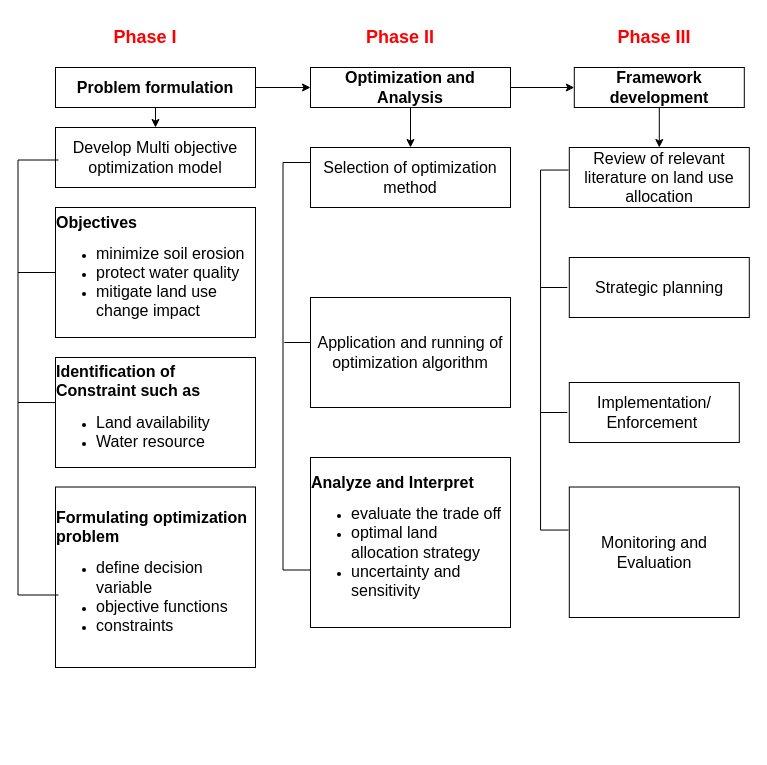
Above: Ojbective4.drawio in yemioke/PRISMA2020 (draw.io), before the change. Source tidied: cells renumbered, new cells numbered last; positions are measured from the earlier drawing's top-left corner, leaving out a move shared by most shapes. Both pictures are drawn from the tidied source at 100%, with x=0, y=0 at pixel (-180, 17).
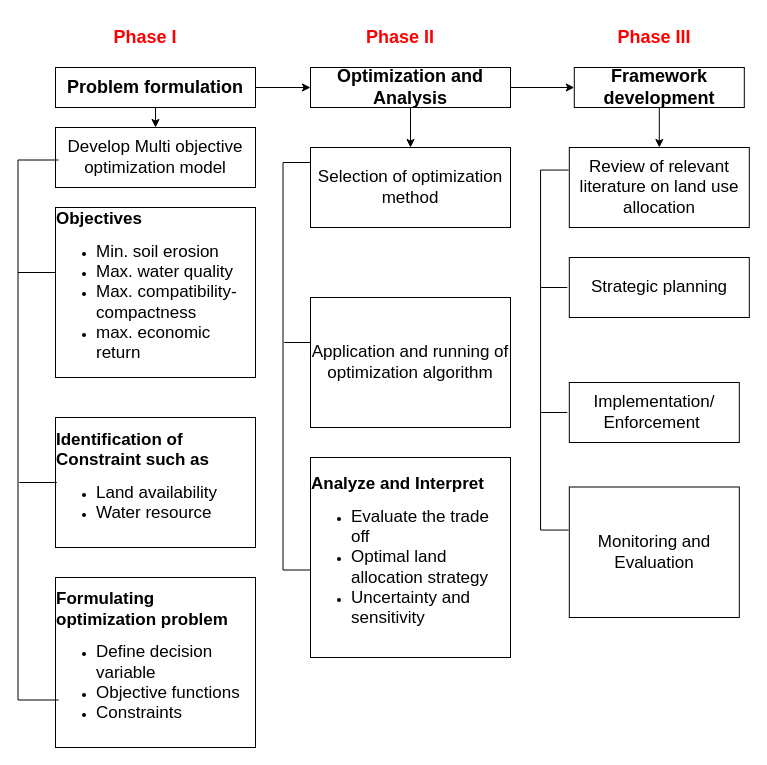
Above is the later version.

Change to the diagram source:
```diff
@@
-    <mxCell id="2" value="&lt;font style=&quot;font-size: 16px;&quot;&gt;Develop Multi objective optimization model&lt;/font&gt;" style="rounded=0;whiteSpace=wrap;html=1;" parent="1" vertex="1">
+    <mxCell id="2" value="&lt;font style=&quot;font-size: 17px;&quot;&gt;Develop Multi objective optimization model&lt;/font&gt;" style="rounded=0;whiteSpace=wrap;html=1;" parent="1" vertex="1">
       <mxGeometry x="235" y="110" width="200" height="60" as="geometry" />
     </mxCell>
-    <mxCell id="3" value="&lt;div style=&quot;text-align: left;&quot;&gt;&lt;span style=&quot;font-size: 16px; background-color: initial;&quot;&gt;&lt;b&gt;Objectives&lt;/b&gt;&lt;/span&gt;&lt;/div&gt;&lt;div&gt;&lt;ul&gt;&lt;li style=&quot;text-align: left;&quot;&gt;&lt;font style=&quot;font-size: 16px;&quot;&gt;minimize soil erosion&lt;/font&gt;&lt;/li&gt;&lt;li style=&quot;text-align: left;&quot;&gt;&lt;font size=&quot;3&quot; style=&quot;&quot;&gt;protect water quality&lt;/font&gt;&lt;/li&gt;&lt;li style=&quot;text-align: left;&quot;&gt;&lt;font size=&quot;3&quot;&gt;mitigate land use change impact&lt;/font&gt;&lt;/li&gt;&lt;/ul&gt;&lt;/div&gt;" style="rounded=0;whiteSpace=wrap;html=1;" parent="1" vertex="1">
-      <mxGeometry x="235" y="190" width="200" height="130" as="geometry" />
+    <mxCell id="3" value="&lt;div style=&quot;text-align: left;&quot;&gt;&lt;span style=&quot;background-color: initial;&quot;&gt;&lt;b style=&quot;&quot;&gt;&lt;font style=&quot;font-size: 17px;&quot;&gt;Objectives&lt;/font&gt;&lt;/b&gt;&lt;/span&gt;&lt;/div&gt;&lt;div&gt;&lt;ul&gt;&lt;li style=&quot;text-align: left;&quot;&gt;&lt;font style=&quot;font-size: 17px;&quot;&gt;Min. soil erosion&lt;/font&gt;&lt;/li&gt;&lt;li style=&quot;text-align: left;&quot;&gt;&lt;font style=&quot;font-size: 17px;&quot;&gt;Max. water quality&lt;/font&gt;&lt;/li&gt;&lt;li style=&quot;text-align: left;&quot;&gt;&lt;font style=&quot;font-size: 17px;&quot;&gt;Max. compatibility- compactness&lt;/font&gt;&lt;/li&gt;&lt;li style=&quot;text-align: left;&quot;&gt;&lt;font style=&quot;font-size: 17px;&quot;&gt;max. economic return&lt;/font&gt;&lt;/li&gt;&lt;/ul&gt;&lt;/div&gt;" style="rounded=0;whiteSpace=wrap;html=1;" parent="1" vertex="1">
+      <mxGeometry x="235" y="190" width="200" height="170" as="geometry" />
     </mxCell>
-    <mxCell id="4" value="&lt;div style=&quot;text-align: left;&quot;&gt;&lt;span style=&quot;font-size: 16px;&quot;&gt;&lt;b&gt;Identification of Constraint such as&lt;/b&gt;&lt;/span&gt;&lt;/div&gt;&lt;div&gt;&lt;ul&gt;&lt;li style=&quot;text-align: left;&quot;&gt;&lt;span style=&quot;font-size: 16px;&quot;&gt;Land availability&lt;/span&gt;&lt;/li&gt;&lt;li style=&quot;text-align: left;&quot;&gt;&lt;font size=&quot;3&quot;&gt;Water resource&lt;/font&gt;&lt;/li&gt;&lt;/ul&gt;&lt;/div&gt;" style="rounded=0;whiteSpace=wrap;html=1;" parent="1" vertex="1">
-      <mxGeometry x="235" y="340" width="200" height="110" as="geometry" />
+    <mxCell id="4" value="&lt;div style=&quot;text-align: left;&quot;&gt;&lt;b style=&quot;&quot;&gt;&lt;font style=&quot;font-size: 17px;&quot;&gt;Identification of Constraint such as&lt;/font&gt;&lt;/b&gt;&lt;/div&gt;&lt;div&gt;&lt;ul&gt;&lt;li style=&quot;text-align: left;&quot;&gt;&lt;font style=&quot;font-size: 17px;&quot;&gt;Land availability&lt;/font&gt;&lt;/li&gt;&lt;li style=&quot;text-align: left;&quot;&gt;&lt;font style=&quot;font-size: 17px;&quot;&gt;Water resource&lt;/font&gt;&lt;/li&gt;&lt;/ul&gt;&lt;/div&gt;" style="rounded=0;whiteSpace=wrap;html=1;" parent="1" vertex="1">
+      <mxGeometry x="235" y="400" width="200" height="130" as="geometry" />
     </mxCell>
@@
-    <mxCell id="7" value="&lt;font style=&quot;font-size: 16px;&quot;&gt;&lt;b&gt;Problem formulation&lt;/b&gt;&lt;/font&gt;" style="rounded=0;whiteSpace=wrap;html=1;" parent="1" vertex="1">
+    <mxCell id="7" value="&lt;font style=&quot;font-size: 18px;&quot;&gt;&lt;b style=&quot;&quot;&gt;Problem formulation&lt;/b&gt;&lt;/font&gt;" style="rounded=0;whiteSpace=wrap;html=1;" parent="1" vertex="1">
       <mxGeometry x="235" y="50" width="200" height="40" as="geometry" />
     </mxCell>
-    <mxCell id="8" value="&lt;div style=&quot;text-align: left;&quot;&gt;&lt;span style=&quot;font-size: 16px;&quot;&gt;&lt;b&gt;Formulating optimization problem&lt;/b&gt;&lt;/span&gt;&lt;/div&gt;&lt;div&gt;&lt;ul&gt;&lt;li style=&quot;text-align: left;&quot;&gt;&lt;span style=&quot;font-size: 16px;&quot;&gt;define decision variable&lt;/span&gt;&lt;/li&gt;&lt;li style=&quot;text-align: left;&quot;&gt;&lt;font size=&quot;3&quot;&gt;objective functions&lt;/font&gt;&lt;/li&gt;&lt;li style=&quot;text-align: left;&quot;&gt;&lt;font size=&quot;3&quot;&gt;constraints&lt;/font&gt;&lt;/li&gt;&lt;/ul&gt;&lt;/div&gt;" style="rounded=0;whiteSpace=wrap;html=1;" parent="1" vertex="1">
-      <mxGeometry x="235" y="469.5" width="200" height="180.5" as="geometry" />
+    <mxCell id="8" value="&lt;div style=&quot;text-align: left;&quot;&gt;&lt;b style=&quot;&quot;&gt;&lt;font style=&quot;font-size: 17px;&quot;&gt;Formulating optimization problem&lt;/font&gt;&lt;/b&gt;&lt;/div&gt;&lt;div&gt;&lt;ul&gt;&lt;li style=&quot;text-align: left;&quot;&gt;&lt;font style=&quot;font-size: 17px;&quot;&gt;Define decision variable&lt;/font&gt;&lt;/li&gt;&lt;li style=&quot;text-align: left;&quot;&gt;&lt;font style=&quot;font-size: 17px;&quot;&gt;Objective functions&lt;/font&gt;&lt;/li&gt;&lt;li style=&quot;text-align: left;&quot;&gt;&lt;font style=&quot;font-size: 17px;&quot;&gt;Constraints&lt;/font&gt;&lt;/li&gt;&lt;/ul&gt;&lt;/div&gt;" style="rounded=0;whiteSpace=wrap;html=1;" parent="1" vertex="1">
+      <mxGeometry x="235" y="560" width="200" height="170" as="geometry" />
     </mxCell>
@@
-    <mxCell id="11" value="&lt;font style=&quot;font-size: 16px;&quot;&gt;&lt;b&gt;Optimization and Analysis&lt;/b&gt;&lt;/font&gt;" style="rounded=0;whiteSpace=wrap;html=1;" parent="1" vertex="1">
+    <mxCell id="11" value="&lt;font style=&quot;font-size: 18px;&quot;&gt;&lt;b style=&quot;&quot;&gt;Optimization and Analysis&lt;/b&gt;&lt;/font&gt;" style="rounded=0;whiteSpace=wrap;html=1;" parent="1" vertex="1">
       <mxGeometry x="490" y="50" width="200" height="40" as="geometry" />
     </mxCell>
-    <mxCell id="12" value="&lt;font style=&quot;font-size: 16px;&quot;&gt;Selection of optimization method&lt;/font&gt;" style="rounded=0;whiteSpace=wrap;html=1;" parent="1" vertex="1">
-      <mxGeometry x="490" y="130" width="200" height="60" as="geometry" />
+    <mxCell id="12" value="&lt;font style=&quot;font-size: 17px;&quot;&gt;Selection of optimization method&lt;/font&gt;" style="rounded=0;whiteSpace=wrap;html=1;" parent="1" vertex="1">
+      <mxGeometry x="490" y="130" width="200" height="80" as="geometry" />
     </mxCell>
-    <mxCell id="13" value="&lt;font style=&quot;font-size: 16px;&quot;&gt;Application and running of optimization algorithm&lt;/font&gt;" style="rounded=0;whiteSpace=wrap;html=1;" parent="1" vertex="1">
-      <mxGeometry x="490" y="280" width="200" height="110" as="geometry" />
+    <mxCell id="13" value="&lt;font style=&quot;font-size: 17px;&quot;&gt;Application and running of optimization algorithm&lt;/font&gt;" style="rounded=0;whiteSpace=wrap;html=1;" parent="1" vertex="1">
+      <mxGeometry x="490" y="280" width="200" height="130" as="geometry" />
     </mxCell>
-    <mxCell id="14" value="&lt;div style=&quot;text-align: left;&quot;&gt;&lt;span style=&quot;font-size: 16px;&quot;&gt;&lt;b&gt;Analyze and Interpret&lt;/b&gt;&lt;/span&gt;&lt;/div&gt;&lt;div&gt;&lt;ul&gt;&lt;li style=&quot;text-align: left;&quot;&gt;&lt;span style=&quot;font-size: 16px;&quot;&gt;evaluate the trade off&lt;/span&gt;&lt;/li&gt;&lt;li style=&quot;text-align: left;&quot;&gt;&lt;font size=&quot;3&quot;&gt;optimal land allocation strategy&lt;/font&gt;&lt;/li&gt;&lt;li style=&quot;text-align: left;&quot;&gt;&lt;font size=&quot;3&quot;&gt;uncertainty and sensitivity&lt;/font&gt;&lt;/li&gt;&lt;/ul&gt;&lt;/div&gt;" style="rounded=0;whiteSpace=wrap;html=1;" parent="1" vertex="1">
-      <mxGeometry x="490" y="440" width="200" height="170" as="geometry" />
+    <mxCell id="14" value="&lt;div style=&quot;text-align: left;&quot;&gt;&lt;b style=&quot;&quot;&gt;&lt;font style=&quot;font-size: 17px;&quot;&gt;Analyze and Interpret&lt;/font&gt;&lt;/b&gt;&lt;/div&gt;&lt;div&gt;&lt;ul&gt;&lt;li style=&quot;text-align: left;&quot;&gt;&lt;font style=&quot;font-size: 17px;&quot;&gt;Evaluate the trade off&lt;/font&gt;&lt;/li&gt;&lt;li style=&quot;text-align: left;&quot;&gt;&lt;font style=&quot;font-size: 17px;&quot;&gt;Optimal land allocation strategy&lt;/font&gt;&lt;/li&gt;&lt;li style=&quot;text-align: left;&quot;&gt;&lt;font style=&quot;font-size: 17px;&quot;&gt;Uncertainty and sensitivity&lt;/font&gt;&lt;/li&gt;&lt;/ul&gt;&lt;/div&gt;" style="rounded=0;whiteSpace=wrap;html=1;" parent="1" vertex="1">
+      <mxGeometry x="490" y="440" width="200" height="200" as="geometry" />
     </mxCell>
@@
-    <mxCell id="16" value="&lt;font style=&quot;font-size: 16px;&quot;&gt;Review of relevant literature on land use allocation&lt;/font&gt;" style="rounded=0;whiteSpace=wrap;html=1;" parent="1" vertex="1">
-      <mxGeometry x="748.8" y="130" width="180" height="60" as="geometry" />
+    <mxCell id="16" value="&lt;font style=&quot;font-size: 17px;&quot;&gt;Review of relevant literature on land use allocation&lt;/font&gt;" style="rounded=0;whiteSpace=wrap;html=1;" parent="1" vertex="1">
+      <mxGeometry x="748.8" y="130" width="180" height="80" as="geometry" />
     </mxCell>
-    <mxCell id="17" value="&lt;font style=&quot;font-size: 16px;&quot;&gt;Strategic planning&lt;/font&gt;" style="rounded=0;whiteSpace=wrap;html=1;" parent="1" vertex="1">
+    <mxCell id="17" value="&lt;font style=&quot;font-size: 17px;&quot;&gt;Strategic planning&lt;/font&gt;" style="rounded=0;whiteSpace=wrap;html=1;" parent="1" vertex="1">
       <mxGeometry x="748.8" y="240" width="180" height="60" as="geometry" />
     </mxCell>
-    <mxCell id="18" value="&lt;font style=&quot;font-size: 16px;&quot;&gt;Implementation/ Enforcement&amp;nbsp;&lt;/font&gt;" style="rounded=0;whiteSpace=wrap;html=1;" parent="1" vertex="1">
+    <mxCell id="18" value="&lt;font style=&quot;font-size: 17px;&quot;&gt;Implementation/ Enforcement&amp;nbsp;&lt;/font&gt;" style="rounded=0;whiteSpace=wrap;html=1;" parent="1" vertex="1">
       <mxGeometry x="748.8" y="365" width="170" height="60" as="geometry" />
     </mxCell>
-    <mxCell id="19" value="&lt;font style=&quot;font-size: 16px;&quot;&gt;Monitoring and Evaluation&lt;/font&gt;" style="rounded=0;whiteSpace=wrap;html=1;" parent="1" vertex="1">
+    <mxCell id="19" value="&lt;font style=&quot;font-size: 17px;&quot;&gt;Monitoring and Evaluation&lt;/font&gt;" style="rounded=0;whiteSpace=wrap;html=1;" parent="1" vertex="1">
       <mxGeometry x="748.8" y="469.5" width="170" height="130.5" as="geometry" />
     </mxCell>
@@
     <mxCell id="23" style="shape=partialRectangle;whiteSpace=wrap;html=1;bottom=1;right=1;left=1;top=0;fillColor=none;routingCenterX=-0.5;rotation=90;" parent="1" vertex="1">
-      <mxGeometry y="340" width="435" height="40" as="geometry" />
+      <mxGeometry x="-52.5" y="392.5" width="540" height="40" as="geometry" />
     </mxCell>
@@
     <mxCell id="25" style="line;strokeWidth=1;html=1;" parent="1" vertex="1">
-      <mxGeometry x="197.5" y="380" width="37.5" height="10" as="geometry" />
+      <mxGeometry x="198.8" y="460" width="37.5" height="10" as="geometry" />
     </mxCell>
@@
-    <mxCell id="29" value="&lt;font style=&quot;font-size: 16px;&quot;&gt;&lt;b&gt;Framework development&lt;/b&gt;&lt;/font&gt;" style="rounded=0;whiteSpace=wrap;html=1;" parent="1" vertex="1">
+    <mxCell id="29" value="&lt;font style=&quot;font-size: 18px;&quot;&gt;&lt;b style=&quot;&quot;&gt;Framework development&lt;/b&gt;&lt;/font&gt;" style="rounded=0;whiteSpace=wrap;html=1;" parent="1" vertex="1">
       <mxGeometry x="753.8" y="50" width="170" height="40" as="geometry" />
     </mxCell>
```
